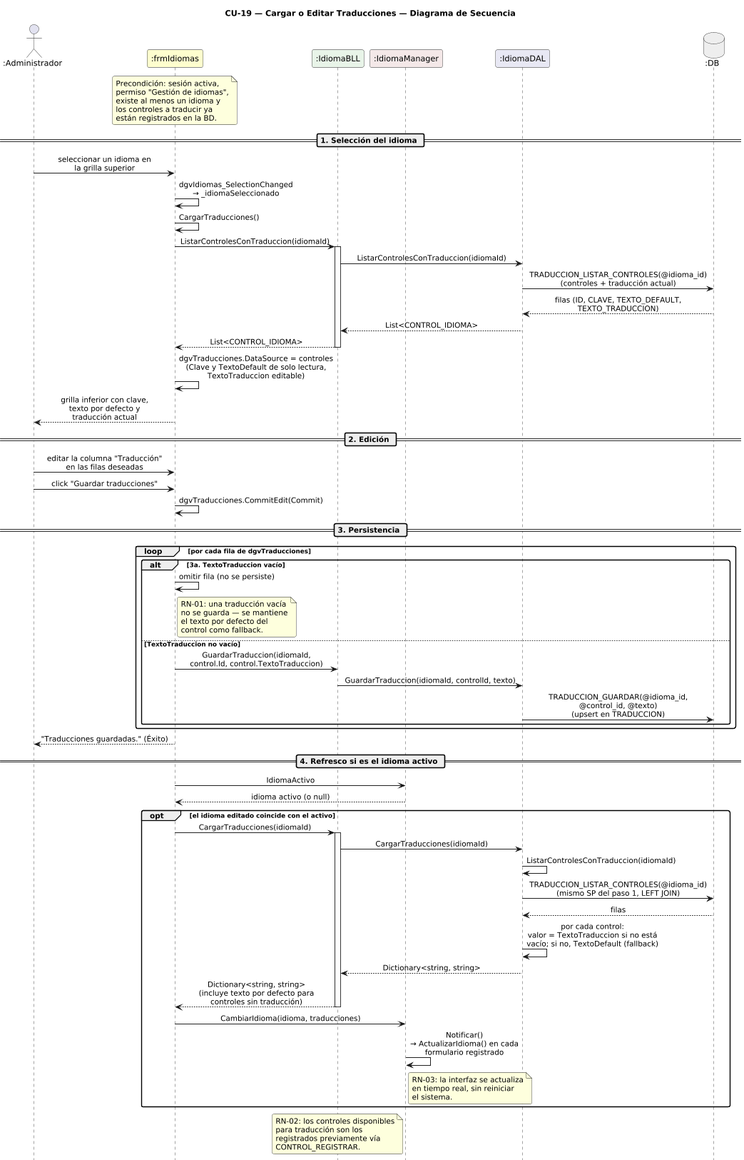
Before: DIAGRAMAS/DiagramaSecuencia_CU19_CargarEditarTraducciones.png, a diagram exported from PlantUML (Jesifu/club-de-vinos-td). Its source is kept beside it as DIAGRAMAS/DiagramaSecuencia_CU19_CargarEditarTraducciones.puml.
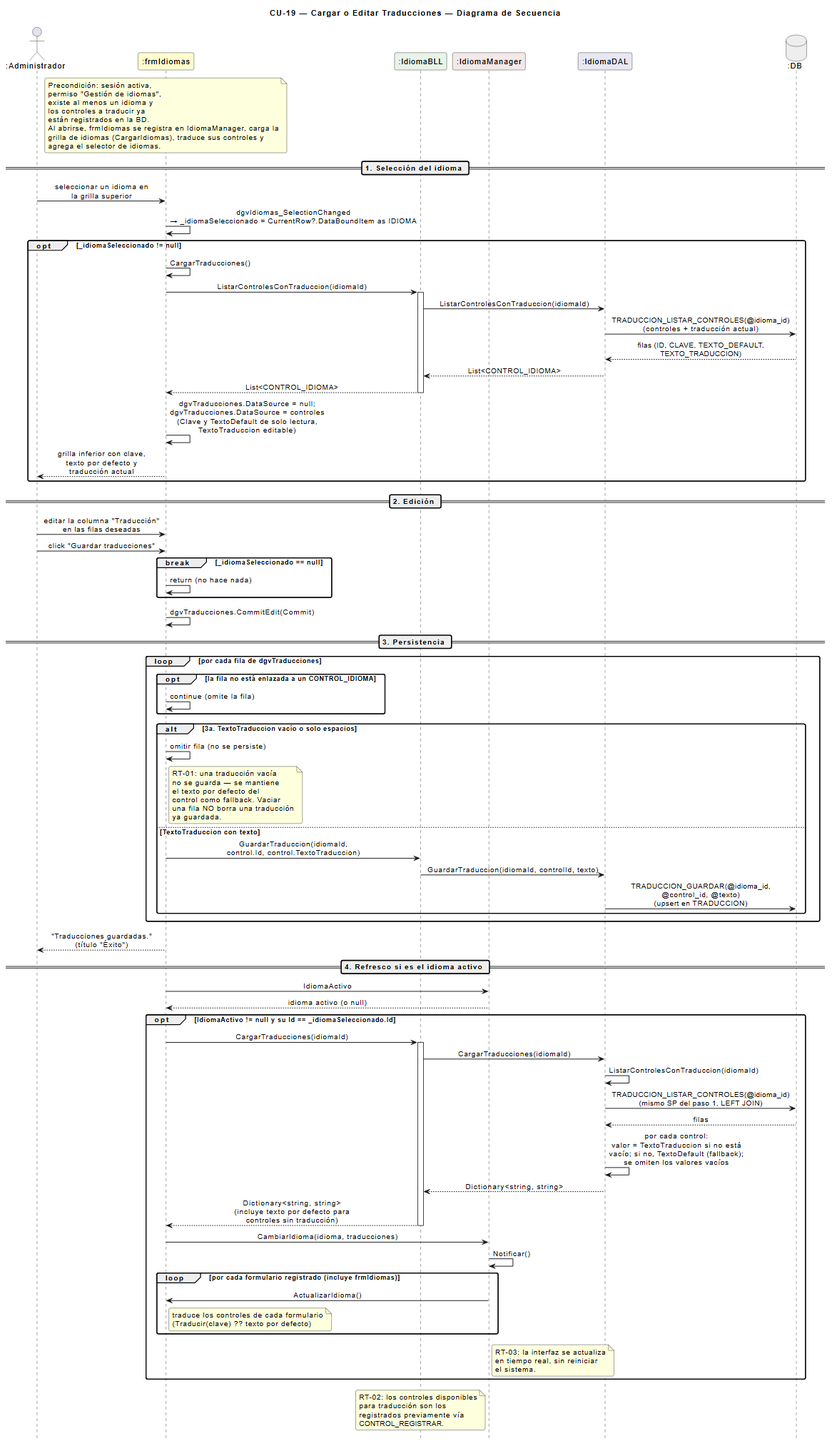
After the commit.

Diff of the diagram source:
```diff
@@ -22,79 +22,100 @@
   existe al menos un idioma y
   los controles a traducir ya
   están registrados en la BD.
+  Al abrirse, frmIdiomas se registra en IdiomaManager, carga la
+  grilla de idiomas (CargarIdiomas), traduce sus controles y
+  agrega el selector de idiomas.
 end note
 
 == 1. Selección del idioma ==
 
 A -> FI : seleccionar un idioma en\nla grilla superior
-FI -> FI : dgvIdiomas_SelectionChanged\n→ _idiomaSeleccionado
-FI -> FI : CargarTraducciones()
+FI -> FI : dgvIdiomas_SelectionChanged\n→ _idiomaSeleccionado = CurrentRow?.DataBoundItem as IDIOMA
 
-FI -> IB : ListarControlesConTraduccion(idiomaId)
-activate IB
-IB -> IDD : ListarControlesConTraduccion(idiomaId)
-IDD -> DB : TRADUCCION_LISTAR_CONTROLES(@idioma_id)\n(controles + traducción actual)
-DB --> IDD : filas (ID, CLAVE, TEXTO_DEFAULT,\nTEXTO_TRADUCCION)
-IDD --> IB : List<CONTROL_IDIOMA>
-IB --> FI : List<CONTROL_IDIOMA>
-deactivate IB
-FI -> FI : dgvTraducciones.DataSource = controles\n(Clave y TextoDefault de solo lectura,\nTextoTraduccion editable)
-FI --> A : grilla inferior con clave,\ntexto por defecto y\ntraducción actual
+opt _idiomaSeleccionado != null
+  FI -> FI : CargarTraducciones()
+
+  FI -> IB : ListarControlesConTraduccion(idiomaId)
+  activate IB
+  IB -> IDD : ListarControlesConTraduccion(idiomaId)
+  IDD -> DB : TRADUCCION_LISTAR_CONTROLES(@idioma_id)\n(controles + traducción actual)
+  DB --> IDD : filas (ID, CLAVE, TEXTO_DEFAULT,\nTEXTO_TRADUCCION)
+  IDD --> IB : List<CONTROL_IDIOMA>
+  IB --> FI : List<CONTROL_IDIOMA>
+  deactivate IB
+  FI -> FI : dgvTraducciones.DataSource = null;\ndgvTraducciones.DataSource = controles\n(Clave y TextoDefault de solo lectura,\nTextoTraduccion editable)
+  FI --> A : grilla inferior con clave,\ntexto por defecto y\ntraducción actual
+end
 
 == 2. Edición ==
 
 A -> FI : editar la columna "Traducción"\nen las filas deseadas
 A -> FI : click "Guardar traducciones"
+
+break _idiomaSeleccionado == null
+  FI -> FI : return (no hace nada)
+end
+
 FI -> FI : dgvTraducciones.CommitEdit(Commit)
 
 == 3. Persistencia ==
 
 loop por cada fila de dgvTraducciones
 
-  alt 3a. TextoTraduccion vacío
+  opt la fila no está enlazada a un CONTROL_IDIOMA
+    FI -> FI : continue (omite la fila)
+  end
+
+  alt 3a. TextoTraduccion vacío o solo espacios
     FI -> FI : omitir fila (no se persiste)
     note right of FI
-      RN-01: una traducción vacía
+      RT-01: una traducción vacía
       no se guarda — se mantiene
       el texto por defecto del
-      control como fallback.
+      control como fallback. Vaciar
+      una fila NO borra una traducción
+      ya guardada.
     end note
-  else TextoTraduccion no vacío
+  else TextoTraduccion con texto
     FI -> IB : GuardarTraduccion(idiomaId,\ncontrol.Id, control.TextoTraduccion)
     IB -> IDD : GuardarTraduccion(idiomaId, controlId, texto)
     IDD -> DB : TRADUCCION_GUARDAR(@idioma_id,\n@control_id, @texto)\n(upsert en TRADUCCION)
   end
 end
 
-FI --> A : "Traducciones guardadas." (Éxito)
+FI --> A : "Traducciones guardadas."\n(título "Éxito")
 
 == 4. Refresco si es el idioma activo ==
 
 FI -> IM : IdiomaActivo
 IM --> FI : idioma activo (o null)
 
-opt el idioma editado coincide con el activo
+opt IdiomaActivo != null y su Id == _idiomaSeleccionado.Id
   FI -> IB : CargarTraducciones(idiomaId)
   activate IB
   IB -> IDD : CargarTraducciones(idiomaId)
   IDD -> IDD : ListarControlesConTraduccion(idiomaId)
   IDD -> DB : TRADUCCION_LISTAR_CONTROLES(@idioma_id)\n(mismo SP del paso 1, LEFT JOIN)
   DB --> IDD : filas
-  IDD -> IDD : por cada control:\nvalor = TextoTraduccion si no está\nvacío; si no, TextoDefault (fallback)
+  IDD -> IDD : por cada control:\nvalor = TextoTraduccion si no está\nvacío; si no, TextoDefault (fallback);\nse omiten los valores vacíos
   IDD --> IB : Dictionary<string, string>
   IB --> FI : Dictionary<string, string>\n(incluye texto por defecto para\ncontroles sin traducción)
   deactivate IB
   FI -> IM : CambiarIdioma(idioma, traducciones)
-  IM -> IM : Notificar()\n→ ActualizarIdioma() en cada\nformulario registrado
+  IM -> IM : Notificar()
+  loop por cada formulario registrado (incluye frmIdiomas)
+    IM -> FI : ActualizarIdioma()
+    note right of FI : traduce los controles de cada formulario\n(Traducir(clave) ?? texto por defecto)
+  end
   note right of IM
-    RN-03: la interfaz se actualiza
+    RT-03: la interfaz se actualiza
     en tiempo real, sin reiniciar
     el sistema.
   end note
 end
 
 note over IB
-  RN-02: los controles disponibles
+  RT-02: los controles disponibles
   para traducción son los
   registrados previamente vía
   CONTROL_REGISTRAR.
```
